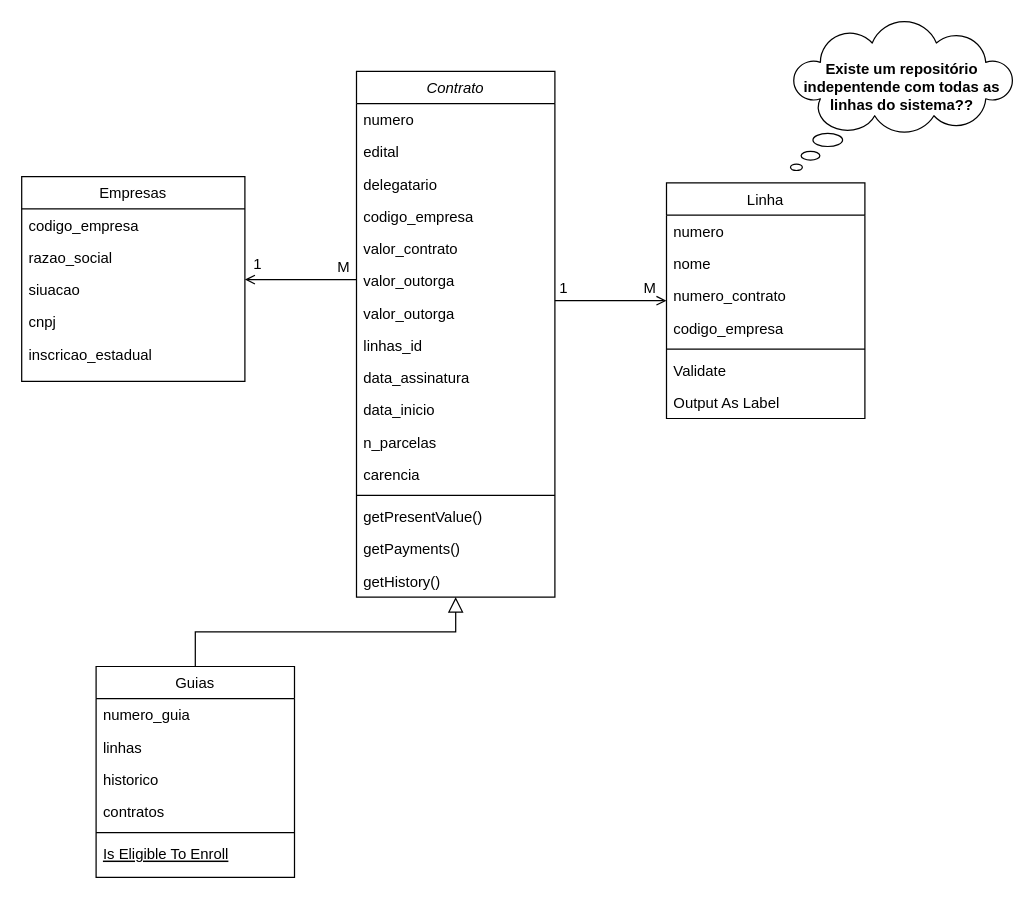
sverissimo/outorgas_stim keeps this draw.io diagram as diagrama_de_classe_outorga.drawio. Above is the earlier version. Source tidied: cells renumbered, new cells numbered last; positions are measured from the earlier drawing's top-left corner, leaving out a move shared by most shapes. Both pictures are drawn from the tidied source at 124%, with x=0, y=0 at pixel (21, 21).
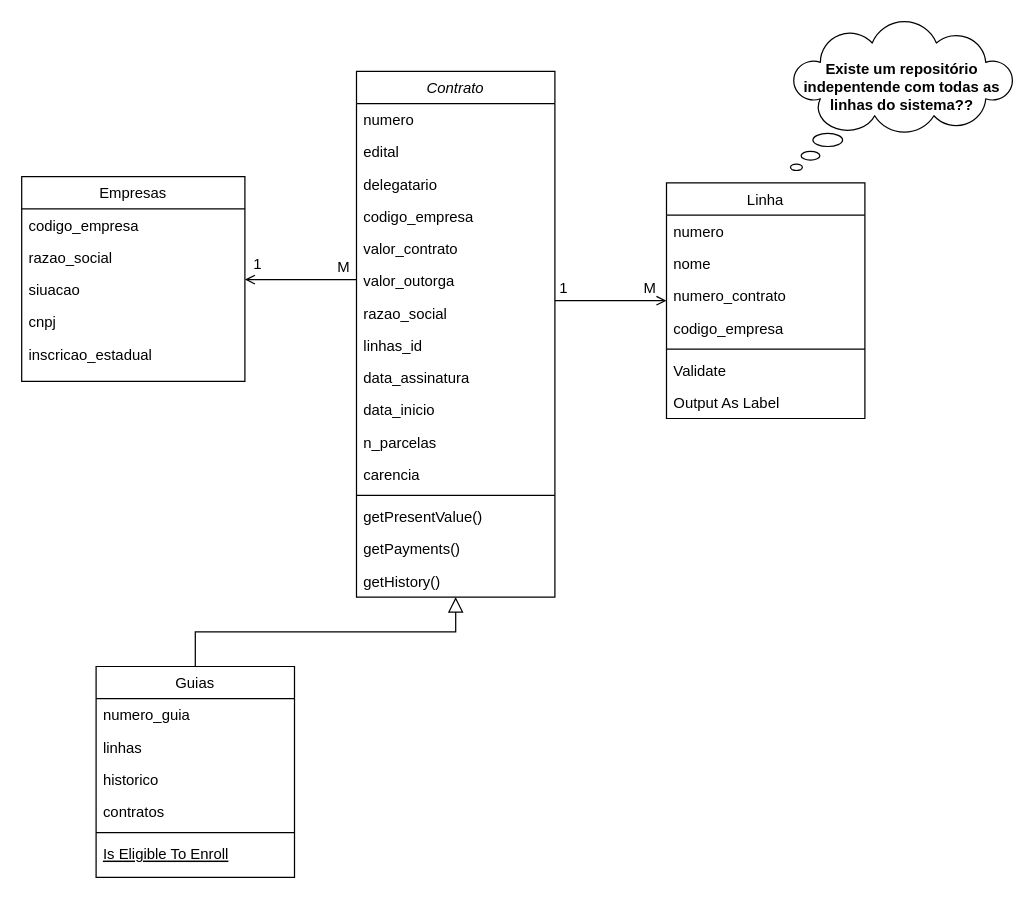
The same page after the edit.

Unchanged cells that the change refers to:
```xml
<mxCell id="2" value="Contrato" style="swimlane;fontStyle=2;align=center;verticalAlign=top;horizontal=1;startSize=26;rounded=0;shadow=0;strokeWidth=1;" parent="1" vertex="1">
  <mxGeometry x="270" y="40" width="160" height="424" as="geometry" />
</mxCell>
```

What changed in the source:
```diff
@@
-    <mxCell id="9" value="valor_outorga" style="text;align=left;verticalAlign=top;spacingLeft=4;spacingRight=4;overflow=hidden;" parent="2" vertex="1">
+    <mxCell id="9" value="razao_social" style="text;align=left;verticalAlign=top;spacingLeft=4;spacingRight=4;overflow=hidden;" parent="2" vertex="1">
       <mxGeometry y="182" width="160" height="26" as="geometry" />
     </mxCell>
```
